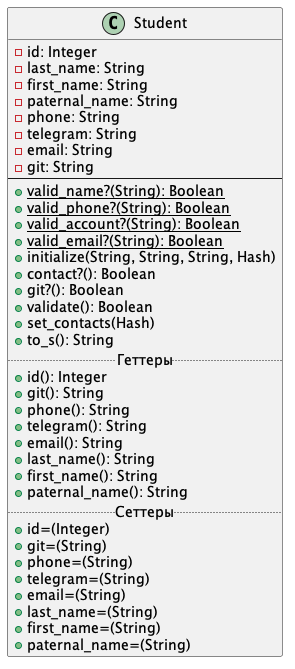
This is Diagrams/class_diagram_lab2.png from waasabi13/ruby_labs, a PlantUML export, as it was before one commit. Its diagram source:
```plantuml
@startuml

 class Student {
     -id: Integer
     -last_name: String
     -first_name: String
     -paternal_name: String
     -phone: String
     -telegram: String
     -email: String
     -git: String
--
     +{static}valid_name?(String): Boolean
     +{static}valid_phone?(String): Boolean
     +{static}valid_account?(String): Boolean
     +{static}valid_email?(String): Boolean
     +initialize(String, String, String, Hash)
     +contact?(): Boolean
     +git?(): Boolean
     +validate(): Boolean
     +set_contacts(Hash)
     +to_s(): String
     .. Геттеры ..
     +id(): Integer
     +git(): String
     +phone(): String
     +telegram(): String
     +email(): String
     +last_name(): String
     +first_name(): String
     +paternal_name(): String
     .. Сеттеры ..
     +id=(Integer)
     +git=(String)
     +phone=(String)
     +telegram=(String)
     +email=(String)
     +last_name=(String)
     +first_name=(String)
     +paternal_name=(String)
 }

 @enduml
```
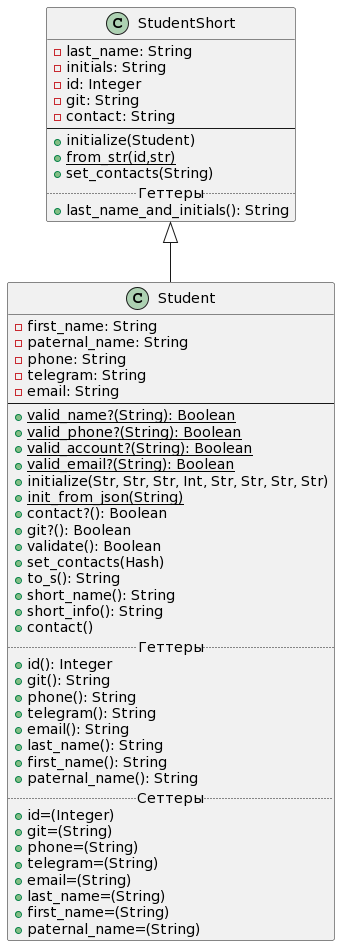
Above is the later version.

Commit message:
Отражение изменений в диаграмме классов

Change to the diagram source:
```diff
@@ -1,25 +1,26 @@
 @startuml
 
- class Student {
-     -id: Integer
-     -last_name: String
+ class Student extends StudentShort {
      -first_name: String
      -paternal_name: String
      -phone: String
      -telegram: String
      -email: String
-     -git: String
 --
      +{static}valid_name?(String): Boolean
      +{static}valid_phone?(String): Boolean
      +{static}valid_account?(String): Boolean
      +{static}valid_email?(String): Boolean
-     +initialize(String, String, String, Hash)
+     +initialize(Str, Str, Str, Int, Str, Str, Str, Str)
+     +{static}init_from_json(String)
      +contact?(): Boolean
      +git?(): Boolean
      +validate(): Boolean
      +set_contacts(Hash)
      +to_s(): String
+     +short_name(): String
+     +short_info(): String
+     +contact()
      .. Геттеры ..
      +id(): Integer
      +git(): String
@@ -40,4 +41,19 @@
      +paternal_name=(String)
  }
 
- @enduml
+
+ class StudentShort
+{
+-last_name: String
+-initials: String
+-id: Integer
+-git: String
+-contact: String
+--
++initialize(Student)
++{static}from_str(id,str)
++set_contacts(String)
+.. Геттеры ..
++last_name_and_initials(): String
+}
+@enduml
```
